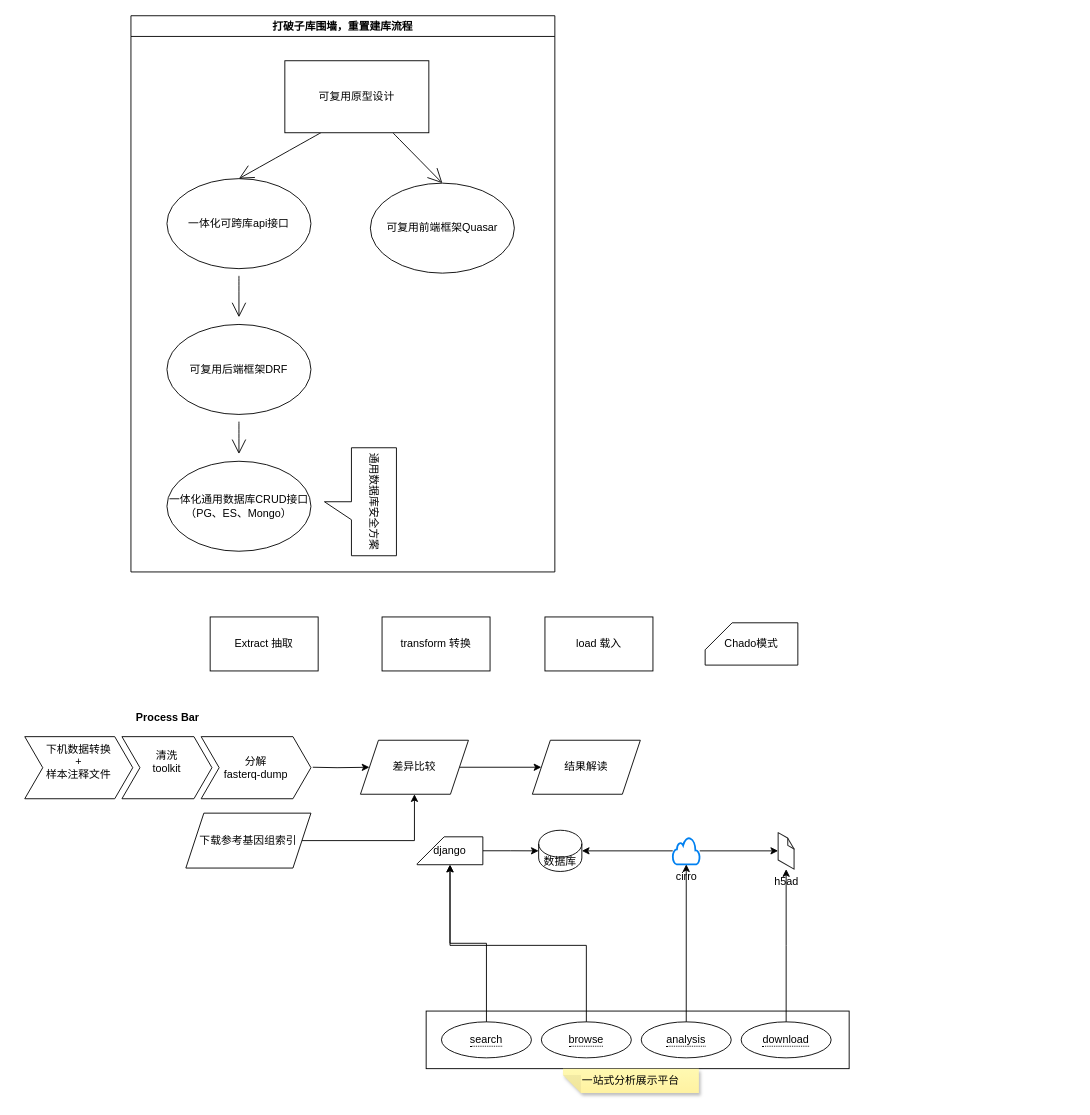
Earlier version of the draw.io diagram page "Page-2" (2 of 2) of Untitled Diagram.drawio (horizon365/LiveWithPython). Source tidied: cells renumbered, new cells numbered last; positions are measured from the earlier drawing's top-left corner, leaving out a move shared by most shapes. Both pictures are drawn from the tidied source at 90%, with x=0, y=0 at pixel (15, 15).
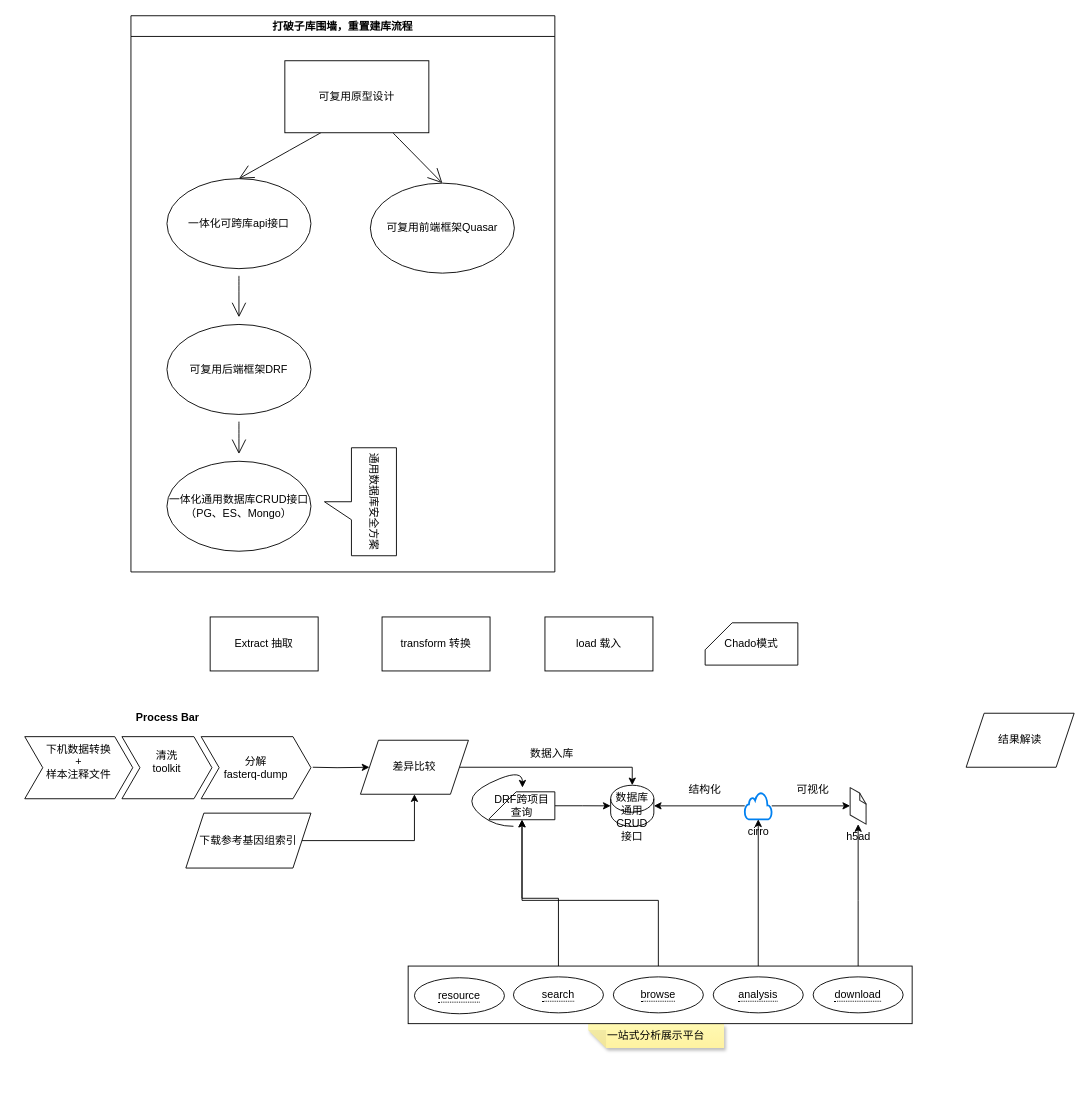
The same diagram, later.

Unchanged cells that the change refers to:
```xml
<mxCell id="7" value="差异比较" style="shape=parallelogram;perimeter=parallelogramPerimeter;whiteSpace=wrap;html=1;fixedSize=1;fontSize=12;" parent="1" vertex="1">
  <mxGeometry x="383" y="805" width="120" height="60" as="geometry" />
</mxCell>
```

Change to the diagram source:
```diff
@@
     <mxCell id="3" value="结果解读" style="shape=parallelogram;perimeter=parallelogramPerimeter;whiteSpace=wrap;html=1;fixedSize=1;fontSize=12;" parent="1" vertex="1">
-      <mxGeometry x="574" y="805" width="120" height="60" as="geometry" />
+      <mxGeometry x="1056" y="775" width="120" height="60" as="geometry" />
     </mxCell>
@@
-    <mxCell id="6" style="edgeStyle=orthogonalEdgeStyle;rounded=0;jettySize=auto;html=1;fontSize=12;" parent="1" edge="1" source="7" target="3">
-      <mxGeometry relative="1" as="geometry" />
-    </mxCell>
+    <mxCell id="48" style="edgeStyle=orthogonalEdgeStyle;rounded=0;jettySize=auto;html=1;entryX=0.5;entryY=0;entryDx=0;entryDy=0;entryPerimeter=0;" parent="1" edge="1" source="7" target="30">
+      <mxGeometry relative="1" as="geometry" />
+    </mxCell>
@@
-    <mxCell id="29" style="group;" parent="1" vertex="1">
-      <mxGeometry x="446" y="905" width="480" height="291.9" as="geometry" />
-    </mxCell>
-    <mxCell id="30" value="数据库" style="shape=cylinder3;whiteSpace=wrap;html=1;boundedLbl=1;backgroundOutline=1;size=15;fontSize=12;" parent="29" vertex="1">
-      <mxGeometry x="135" width="48" height="45.8" as="geometry" />
+    <mxCell id="30" value="数据库通用CRUD接口" style="shape=cylinder3;whiteSpace=wrap;html=1;boundedLbl=1;backgroundOutline=1;size=15;fontSize=12;" parent="1" vertex="1">
+      <mxGeometry x="661" y="855" width="48" height="45.8" as="geometry" />
     </mxCell>
-    <mxCell id="31" style="edgeStyle=orthogonalEdgeStyle;rounded=0;jettySize=auto;html=1;" parent="29" edge="1" source="32" target="30">
+    <mxCell id="31" style="edgeStyle=orthogonalEdgeStyle;rounded=0;jettySize=auto;html=1;" parent="1" edge="1" source="32" target="30">
       <mxGeometry relative="1" as="geometry" />
     </mxCell>
-    <mxCell id="32" value="django" style="shape=card;whiteSpace=wrap;html=1;fontSize=12;" parent="29" vertex="1">
-      <mxGeometry y="7.3" width="73" height="31" as="geometry" />
+    <mxCell id="32" value="DRF跨项目查询" style="shape=card;whiteSpace=wrap;html=1;fontSize=12;" parent="1" vertex="1">
+      <mxGeometry x="526" y="862.3" width="73" height="31" as="geometry" />
     </mxCell>
-    <mxCell id="33" style="group;" parent="29" vertex="1">
-      <mxGeometry x="10" y="200.9" width="470" height="64" as="geometry" />
-    </mxCell>
-    <mxCell id="34" style="rounded=0;whiteSpace=wrap;html=1;fontSize=12;" parent="33" vertex="1">
-      <mxGeometry width="470" height="64" as="geometry" />
-    </mxCell>
-    <mxCell id="35" value="&lt;span style=&quot;border-bottom: 1px dotted&quot;&gt;search&lt;br&gt;&lt;/span&gt;" style="ellipse;whiteSpace=wrap;html=1;align=center;fontSize=12;" parent="33" vertex="1">
-      <mxGeometry x="17" y="12" width="100" height="40" as="geometry" />
-    </mxCell>
-    <mxCell id="36" value="&lt;span style=&quot;border-bottom: 1px dotted&quot;&gt;browse&lt;br&gt;&lt;/span&gt;" style="ellipse;whiteSpace=wrap;html=1;align=center;fontSize=12;" parent="33" vertex="1">
-      <mxGeometry x="128" y="12" width="100" height="40" as="geometry" />
-    </mxCell>
-    <mxCell id="37" value="&lt;span style=&quot;border-bottom: 1px dotted&quot;&gt;download&lt;br&gt;&lt;/span&gt;" style="ellipse;whiteSpace=wrap;html=1;align=center;fontSize=12;" parent="33" vertex="1">
-      <mxGeometry x="350" y="12" width="100" height="40" as="geometry" />
-    </mxCell>
-    <mxCell id="38" value="&lt;span style=&quot;border-bottom: 1px dotted&quot;&gt;analysis&lt;br&gt;&lt;/span&gt;" style="ellipse;whiteSpace=wrap;html=1;align=center;fontSize=12;" parent="33" vertex="1">
-      <mxGeometry x="239" y="12" width="100" height="40" as="geometry" />
-    </mxCell>
-    <mxCell id="39" value="一站式分析展示平台" style="shape=note;whiteSpace=wrap;html=1;backgroundOutline=1;fontColor=#000000;darkOpacity=0.05;fillColor=#FFF9B2;strokeColor=none;fillStyle=solid;direction=west;gradientDirection=north;gradientColor=#FFF2A1;shadow=1;size=20;hachureGap=4;" parent="29" vertex="1">
-      <mxGeometry x="162" y="264.9" width="151" height="27" as="geometry" />
+    <mxCell id="39" value="一站式分析展示平台" style="shape=note;whiteSpace=wrap;html=1;backgroundOutline=1;fontColor=#000000;darkOpacity=0.05;fillColor=#FFF9B2;strokeColor=none;fillStyle=solid;direction=west;gradientDirection=north;gradientColor=#FFF2A1;shadow=1;size=20;hachureGap=4;" parent="1" vertex="1">
+      <mxGeometry x="636" y="1119.9" width="151" height="27" as="geometry" />
     </mxCell>
-    <mxCell id="40" value="h5ad" style="verticalLabelPosition=bottom;html=1;verticalAlign=top;strokeWidth=1;align=center;outlineConnect=0;dashed=0;outlineConnect=0;shape=mxgraph.aws3d.file;strokeColor=#292929;" parent="29" vertex="1">
-      <mxGeometry x="401.1" y="2.6" width="17.7" height="40.6" as="geometry" />
+    <mxCell id="40" value="h5ad" style="verticalLabelPosition=bottom;html=1;verticalAlign=top;strokeWidth=1;align=center;outlineConnect=0;dashed=0;outlineConnect=0;shape=mxgraph.aws3d.file;strokeColor=#292929;" parent="1" vertex="1">
+      <mxGeometry x="927.1" y="857.6" width="17.7" height="40.6" as="geometry" />
     </mxCell>
-    <mxCell id="41" style="edgeStyle=orthogonalEdgeStyle;rounded=0;jettySize=auto;html=1;" parent="29" edge="1" source="43" target="40">
+    <mxCell id="41" style="edgeStyle=orthogonalEdgeStyle;rounded=0;jettySize=auto;html=1;" parent="1" edge="1" source="43" target="40">
       <mxGeometry relative="1" as="geometry" />
     </mxCell>
-    <mxCell id="42" style="edgeStyle=orthogonalEdgeStyle;rounded=0;jettySize=auto;html=1;" parent="29" edge="1" source="43" target="30">
+    <mxCell id="42" style="edgeStyle=orthogonalEdgeStyle;rounded=0;jettySize=auto;html=1;" parent="1" edge="1" source="43" target="30">
       <mxGeometry relative="1" as="geometry" />
     </mxCell>
-    <mxCell id="43" value="&lt;div&gt;cirro&lt;/div&gt;" style="html=1;verticalLabelPosition=bottom;align=center;labelBackgroundColor=#ffffff;verticalAlign=top;strokeWidth=2;strokeColor=#0080F0;shadow=0;dashed=0;shape=mxgraph.ios7.icons.cloud;" parent="29" vertex="1">
-      <mxGeometry x="284" y="7.9" width="30" height="30" as="geometry" />
+    <mxCell id="43" value="&lt;div&gt;cirro&lt;/div&gt;" style="html=1;verticalLabelPosition=bottom;align=center;labelBackgroundColor=#ffffff;verticalAlign=top;strokeWidth=2;strokeColor=#0080F0;shadow=0;dashed=0;shape=mxgraph.ios7.icons.cloud;" parent="1" vertex="1">
+      <mxGeometry x="810" y="862.9" width="30" height="30" as="geometry" />
     </mxCell>
-    <mxCell id="44" style="edgeStyle=orthogonalEdgeStyle;rounded=0;jettySize=auto;html=1;exitX=0.5;exitY=0;exitDx=0;exitDy=0;" parent="29" edge="1" source="37" target="40">
+    <mxCell id="44" style="edgeStyle=orthogonalEdgeStyle;rounded=0;jettySize=auto;html=1;exitX=0.5;exitY=0;exitDx=0;exitDy=0;" parent="1" edge="1" source="37" target="40">
       <mxGeometry relative="1" as="geometry" />
     </mxCell>
-    <mxCell id="45" style="edgeStyle=orthogonalEdgeStyle;rounded=0;jettySize=auto;html=1;exitX=0.5;exitY=0;exitDx=0;exitDy=0;" parent="29" edge="1" source="35" target="32">
+    <mxCell id="45" style="edgeStyle=orthogonalEdgeStyle;rounded=0;jettySize=auto;html=1;exitX=0.5;exitY=0;exitDx=0;exitDy=0;" parent="1" edge="1" source="35" target="32">
       <mxGeometry relative="1" as="geometry" />
     </mxCell>
-    <mxCell id="46" style="edgeStyle=orthogonalEdgeStyle;rounded=0;jettySize=auto;html=1;" parent="29" edge="1" source="38" target="43">
+    <mxCell id="46" style="edgeStyle=orthogonalEdgeStyle;rounded=0;jettySize=auto;html=1;" parent="1" edge="1" source="38" target="43">
       <mxGeometry relative="1" as="geometry" />
     </mxCell>
-    <mxCell id="47" style="edgeStyle=orthogonalEdgeStyle;rounded=0;jettySize=auto;html=1;entryX=0.5;entryY=1;entryDx=0;entryDy=0;entryPerimeter=0;" parent="29" edge="1" source="36" target="32">
+    <mxCell id="47" style="edgeStyle=orthogonalEdgeStyle;rounded=0;jettySize=auto;html=1;entryX=0.5;entryY=1;entryDx=0;entryDy=0;entryPerimeter=0;" parent="1" edge="1" source="36" target="32">
       <mxGeometry relative="1" as="geometry">
         <Array as="points">
-          <mxPoint x="188" y="127.9" />
-          <mxPoint x="37" y="127.9" />
+          <mxPoint x="714" y="982.9" />
+          <mxPoint x="563" y="982.9" />
         </Array>
       </mxGeometry>
     </mxCell>
+    <mxCell id="49" style="group;" parent="1" vertex="1">
+      <mxGeometry x="436" y="1055.9" width="560" height="64" as="geometry" />
+    </mxCell>
+    <mxCell id="34" style="rounded=0;whiteSpace=wrap;html=1;fontSize=12;" parent="49" vertex="1">
+      <mxGeometry width="560" height="64" as="geometry" />
+    </mxCell>
+    <mxCell id="35" value="&lt;span style=&quot;border-bottom: 1px dotted&quot;&gt;search&lt;br&gt;&lt;/span&gt;" style="ellipse;whiteSpace=wrap;html=1;align=center;fontSize=12;" parent="49" vertex="1">
+      <mxGeometry x="117" y="12" width="100" height="40" as="geometry" />
+    </mxCell>
+    <mxCell id="36" value="&lt;span style=&quot;border-bottom: 1px dotted&quot;&gt;browse&lt;br&gt;&lt;/span&gt;" style="ellipse;whiteSpace=wrap;html=1;align=center;fontSize=12;" parent="49" vertex="1">
+      <mxGeometry x="228" y="12" width="100" height="40" as="geometry" />
+    </mxCell>
+    <mxCell id="37" value="&lt;span style=&quot;border-bottom: 1px dotted&quot;&gt;download&lt;br&gt;&lt;/span&gt;" style="ellipse;whiteSpace=wrap;html=1;align=center;fontSize=12;" parent="49" vertex="1">
+      <mxGeometry x="450" y="12" width="100" height="40" as="geometry" />
+    </mxCell>
+    <mxCell id="38" value="&lt;span style=&quot;border-bottom: 1px dotted&quot;&gt;analysis&lt;br&gt;&lt;/span&gt;" style="ellipse;whiteSpace=wrap;html=1;align=center;fontSize=12;" parent="49" vertex="1">
+      <mxGeometry x="339" y="12" width="100" height="40" as="geometry" />
+    </mxCell>
+    <mxCell id="50" value="&lt;span style=&quot;border-bottom: 1px dotted&quot;&gt;resource&lt;br&gt;&lt;/span&gt;" style="ellipse;whiteSpace=wrap;html=1;align=center;fontSize=12;" parent="49" vertex="1">
+      <mxGeometry x="7" y="13" width="100" height="40" as="geometry" />
+    </mxCell>
+    <mxCell id="51" style="curved=1;endArrow=classic;html=1;rounded=0;" parent="1" edge="1">
+      <mxGeometry relative="1" as="geometry">
+        <mxPoint x="553" y="900.6" as="sourcePoint" />
+        <mxPoint x="563" y="857.6" as="targetPoint" />
+        <Array as="points">
+          <mxPoint x="533" y="900.8" />
+          <mxPoint x="503" y="877.6" />
+          <mxPoint x="513" y="857.6" />
+          <mxPoint x="563" y="837.6" />
+        </Array>
+      </mxGeometry>
+    </mxCell>
+    <mxCell id="52" value="数据入库" style="text;html=1;strokeColor=none;fillColor=none;align=center;verticalAlign=middle;whiteSpace=wrap;rounded=0;" parent="1" vertex="1">
+      <mxGeometry x="566" y="805" width="60" height="30" as="geometry" />
+    </mxCell>
+    <mxCell id="53" value="可视化" style="text;html=1;strokeColor=none;fillColor=none;align=center;verticalAlign=middle;whiteSpace=wrap;rounded=0;" parent="1" vertex="1">
+      <mxGeometry x="856" y="845" width="60" height="30" as="geometry" />
+    </mxCell>
+    <mxCell id="54" value="结构化" style="text;html=1;strokeColor=none;fillColor=none;align=center;verticalAlign=middle;whiteSpace=wrap;rounded=0;" parent="1" vertex="1">
+      <mxGeometry x="736" y="845" width="60" height="30" as="geometry" />
+    </mxCell>
```
